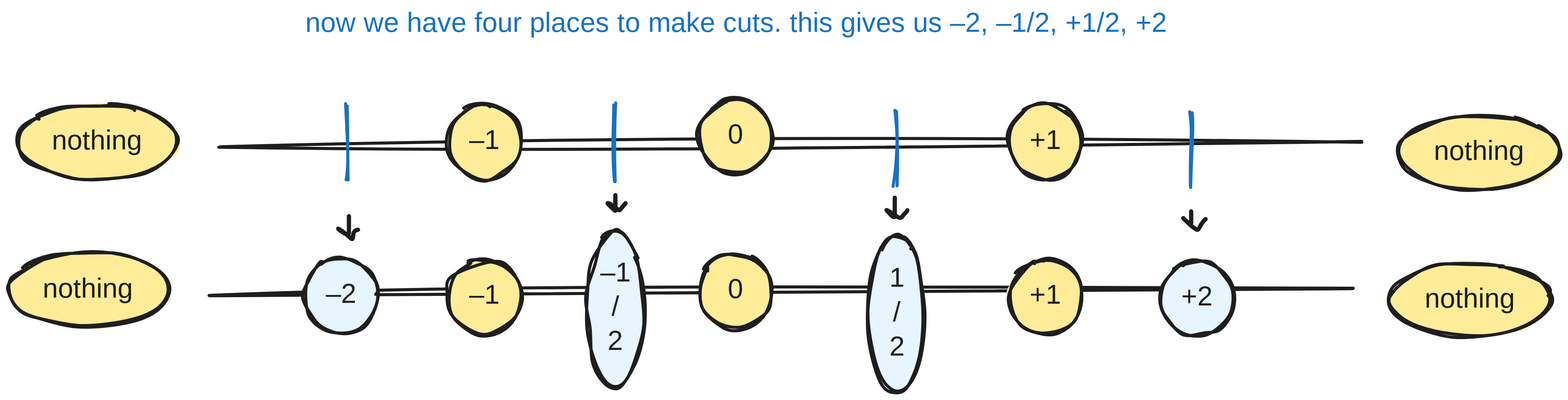
The Excalidraw diagram public/how-i-vibed-a-proof-of-conways-conjecture/step3-full.svg in gaearon/overreacted.io, before a commit. Source tidied: one line per element, renumbered; positions are measured from the earlier drawing's top-left corner, leaving out a move shared by most shapes. The source it was exported from:
```json
{"id": 0, "type": "ellipse", "strokeColor": "#1e1e1e", "backgroundColor": "#ffec99", "fillStyle": "solid", "strokeWidth": 4, "roughness": 2, "x": 12, "y": 127, "width": 212, "height": 98}
{"id": 1, "type": "ellipse", "strokeColor": "#1e1e1e", "backgroundColor": "#ffec99", "fillStyle": "solid", "strokeWidth": 4, "roughness": 2, "x": 0, "y": 321, "width": 212, "height": 98}
{"id": 2, "type": "ellipse", "strokeColor": "#1e1e1e", "backgroundColor": "#ffec99", "fillStyle": "solid", "strokeWidth": 4, "roughness": 2, "x": 1824, "y": 140, "width": 212, "height": 98}
{"id": 3, "type": "ellipse", "strokeColor": "#1e1e1e", "backgroundColor": "#ffec99", "fillStyle": "solid", "strokeWidth": 4, "roughness": 2, "x": 1813, "y": 334, "width": 212, "height": 98}
{"id": 4, "type": "line", "strokeColor": "#1e1e1e", "backgroundColor": "#ffec99", "fillStyle": "cross-hatch", "strokeWidth": 4, "roughness": 2, "x": 277, "y": 184, "width": 1498, "height": 8, "points": [[0, 0], [1498, -8]]}
{"id": 5, "type": "line", "strokeColor": "#1e1e1e", "backgroundColor": "#ffec99", "fillStyle": "cross-hatch", "strokeWidth": 4, "roughness": 2, "x": 265, "y": 378, "width": 1498, "height": 8, "points": [[0, 0], [1498, -8]]}
{"id": 6, "type": "text", "text": "now we have four places to make cuts. this gives us –2, –1/2, +1/2, +2", "strokeColor": "#1971c2", "backgroundColor": "#ffec99", "fillStyle": "cross-hatch", "strokeWidth": 4, "roughness": 2, "fontSize": 36, "fontFamily": 5, "textAlign": "center", "x": 323, "y": 0, "width": 1264, "height": 45}
{"id": 7, "type": "line", "strokeColor": "#1971c2", "backgroundColor": "#ffec99", "fillStyle": "cross-hatch", "strokeWidth": 4, "roughness": 2, "x": 447, "y": 129, "width": 0, "height": 99, "points": [[0, 0], [0, 99]]}
{"id": 8, "type": "line", "strokeColor": "#1971c2", "backgroundColor": "#ffec99", "fillStyle": "cross-hatch", "strokeWidth": 4, "roughness": 2, "x": 1554, "y": 137, "width": 0, "height": 99, "points": [[0, 0], [0, 99]]}
{"id": 9, "type": "line", "strokeColor": "#1971c2", "backgroundColor": "#ffec99", "fillStyle": "cross-hatch", "strokeWidth": 4, "roughness": 2, "x": 1165, "y": 135, "width": 0, "height": 99, "points": [[0, 0], [0, 99]]}
{"id": 10, "type": "line", "strokeColor": "#1971c2", "backgroundColor": "#ffec99", "fillStyle": "cross-hatch", "strokeWidth": 4, "roughness": 2, "x": 794, "y": 129, "width": 0, "height": 99, "points": [[0, 0], [0, 99]]}
{"id": 11, "type": "text", "text": "nothing", "strokeColor": "#1e1e1e", "backgroundColor": "#ffec99", "fillStyle": "cross-hatch", "strokeWidth": 4, "roughness": 2, "fontSize": 36, "fontFamily": 5, "textAlign": "center", "x": 53, "y": 154, "width": 129, "height": 45}
{"id": 12, "type": "text", "text": "nothing", "strokeColor": "#1e1e1e", "backgroundColor": "#ffec99", "fillStyle": "cross-hatch", "strokeWidth": 4, "roughness": 2, "fontSize": 36, "fontFamily": 5, "textAlign": "center", "x": 41, "y": 348, "width": 129, "height": 45}
{"id": 13, "type": "text", "text": "nothing", "strokeColor": "#1e1e1e", "backgroundColor": "#ffec99", "fillStyle": "cross-hatch", "strokeWidth": 4, "roughness": 2, "fontSize": 36, "fontFamily": 5, "textAlign": "center", "x": 1865, "y": 168, "width": 129, "height": 45}
{"id": 14, "type": "text", "text": "nothing", "strokeColor": "#1e1e1e", "backgroundColor": "#ffec99", "fillStyle": "cross-hatch", "strokeWidth": 4, "roughness": 2, "fontSize": 36, "fontFamily": 5, "textAlign": "center", "x": 1854, "y": 362, "width": 129, "height": 45}
{"id": 15, "type": "ellipse", "strokeColor": "#1e1e1e", "backgroundColor": "#ffec99", "fillStyle": "solid", "strokeWidth": 4, "roughness": 2, "x": 906, "y": 120, "width": 96, "height": 98}
{"id": 16, "type": "text", "text": "0", "strokeColor": "#1e1e1e", "backgroundColor": "#ffec99", "fillStyle": "solid", "strokeWidth": 4, "roughness": 2, "fontSize": 36, "fontFamily": 5, "textAlign": "center", "verticalAlign": "middle", "inside": 15, "x": 943, "y": 146, "width": 24, "height": 45}
{"id": 17, "type": "ellipse", "strokeColor": "#1e1e1e", "backgroundColor": "#ffec99", "fillStyle": "solid", "strokeWidth": 4, "roughness": 2, "x": 906, "y": 323, "width": 96, "height": 98}
{"id": 18, "type": "text", "text": "0", "strokeColor": "#1e1e1e", "backgroundColor": "#ffec99", "fillStyle": "solid", "strokeWidth": 4, "roughness": 2, "fontSize": 36, "fontFamily": 5, "textAlign": "center", "verticalAlign": "middle", "inside": 17, "x": 943, "y": 349, "width": 24, "height": 45}
{"id": 19, "type": "ellipse", "strokeColor": "#1e1e1e", "backgroundColor": "#ffec99", "fillStyle": "solid", "strokeWidth": 4, "roughness": 2, "x": 577, "y": 127, "width": 96, "height": 98}
{"id": 20, "type": "text", "text": "–1", "strokeColor": "#1e1e1e", "backgroundColor": "#ffec99", "fillStyle": "solid", "strokeWidth": 4, "roughness": 2, "fontSize": 36, "fontFamily": 5, "textAlign": "center", "verticalAlign": "middle", "inside": 19, "x": 605, "y": 153, "width": 40, "height": 45}
{"id": 21, "type": "ellipse", "strokeColor": "#1e1e1e", "backgroundColor": "#ffec99", "fillStyle": "solid", "strokeWidth": 4, "roughness": 2, "x": 577, "y": 330, "width": 96, "height": 98}
{"id": 22, "type": "text", "text": "–1", "strokeColor": "#1e1e1e", "backgroundColor": "#ffec99", "fillStyle": "solid", "strokeWidth": 4, "roughness": 2, "fontSize": 36, "fontFamily": 5, "textAlign": "center", "verticalAlign": "middle", "inside": 21, "x": 605, "y": 356, "width": 40, "height": 45}
{"id": 23, "type": "ellipse", "strokeColor": "#1e1e1e", "backgroundColor": "#e7f5ff", "fillStyle": "solid", "strokeWidth": 4, "roughness": 2, "x": 760, "y": 292, "width": 73, "height": 205}
{"id": 24, "type": "text", "text": "–1\n/\n2", "strokeColor": "#1e1e1e", "backgroundColor": "#ffec99", "fillStyle": "solid", "strokeWidth": 4, "roughness": 2, "fontSize": 36, "fontFamily": 5, "textAlign": "center", "verticalAlign": "middle", "inside": 23, "x": 777, "y": 327, "width": 40, "height": 135}
{"id": 25, "type": "ellipse", "strokeColor": "#1e1e1e", "backgroundColor": "#e7f5ff", "fillStyle": "solid", "strokeWidth": 4, "roughness": 2, "x": 1130, "y": 299, "width": 73, "height": 205}
{"id": 26, "type": "text", "text": "1\n/\n2", "strokeColor": "#1e1e1e", "backgroundColor": "#ffec99", "fillStyle": "solid", "strokeWidth": 4, "roughness": 2, "fontSize": 36, "fontFamily": 5, "textAlign": "center", "verticalAlign": "middle", "inside": 25, "x": 1154, "y": 334, "width": 25, "height": 135}
{"id": 27, "type": "ellipse", "strokeColor": "#1e1e1e", "backgroundColor": "#e7f5ff", "fillStyle": "solid", "strokeWidth": 4, "roughness": 2, "x": 389, "y": 329, "width": 96, "height": 98}
{"id": 28, "type": "text", "text": "–2", "strokeColor": "#1e1e1e", "backgroundColor": "#ffec99", "fillStyle": "solid", "strokeWidth": 4, "roughness": 2, "fontSize": 36, "fontFamily": 5, "textAlign": "center", "verticalAlign": "middle", "inside": 27, "x": 412, "y": 355, "width": 50, "height": 45}
{"id": 29, "type": "ellipse", "strokeColor": "#1e1e1e", "backgroundColor": "#ffec99", "fillStyle": "solid", "strokeWidth": 4, "roughness": 2, "x": 1313, "y": 127, "width": 96, "height": 98}
{"id": 30, "type": "text", "text": "+1", "strokeColor": "#1e1e1e", "backgroundColor": "#ffec99", "fillStyle": "solid", "strokeWidth": 4, "roughness": 2, "fontSize": 36, "fontFamily": 5, "textAlign": "center", "verticalAlign": "middle", "inside": 29, "x": 1344, "y": 153, "width": 34, "height": 45}
{"id": 31, "type": "ellipse", "strokeColor": "#1e1e1e", "backgroundColor": "#ffec99", "fillStyle": "solid", "strokeWidth": 4, "roughness": 2, "x": 1313, "y": 330, "width": 96, "height": 98}
{"id": 32, "type": "text", "text": "+1", "strokeColor": "#1e1e1e", "backgroundColor": "#ffec99", "fillStyle": "solid", "strokeWidth": 4, "roughness": 2, "fontSize": 36, "fontFamily": 5, "textAlign": "center", "verticalAlign": "middle", "inside": 31, "x": 1344, "y": 356, "width": 34, "height": 45}
{"id": 33, "type": "ellipse", "strokeColor": "#1e1e1e", "backgroundColor": "#e7f5ff", "fillStyle": "solid", "strokeWidth": 4, "roughness": 2, "x": 1511, "y": 332, "width": 96, "height": 98}
{"id": 34, "type": "text", "text": "+2", "strokeColor": "#1e1e1e", "backgroundColor": "#ffec99", "fillStyle": "solid", "strokeWidth": 4, "roughness": 2, "fontSize": 36, "fontFamily": 5, "textAlign": "center", "verticalAlign": "middle", "inside": 33, "x": 1537, "y": 359, "width": 45, "height": 45}
{"id": 35, "type": "freedraw", "strokeColor": "#1e1e1e", "backgroundColor": "#ffec99", "fillStyle": "solid", "strokeWidth": 2, "roughness": 2, "x": 448, "y": 273, "width": 27, "height": 31, "points": [[0, 0], [0, 1], [0, 8], [0, 17], [0, 20], [0, 21], [0, 22], [0, 23], [0, 23], [-1, 24], [-4, 24], [-8, 22], [-12, 19], [-14, 17], [-15, 16], [-15, 16], [-15, 16], [-13, 17], [-10, 19], [-7, 21], [-3, 24], [-1, 26], [1, 28], [3, 30], [5, 31], [5, 31], [5, 31], [6, 28], [6, 24], [6, 22], [7, 20], [8, 18], [9, 18], [10, 18], [11, 18], [12, 18], [13, 18], [13, 18]]}
{"id": 36, "type": "freedraw", "strokeColor": "#1e1e1e", "backgroundColor": "#ffec99", "fillStyle": "solid", "strokeWidth": 2, "roughness": 2, "x": 797, "y": 246, "width": 25, "height": 22, "points": [[0, 0], [0, 0], [0, 3], [0, 8], [0, 13], [0, 19], [0, 21], [0, 21], [0, 22], [-2, 20], [-7, 15], [-11, 11], [-12, 10], [-12, 9], [-10, 9], [-7, 11], [-5, 13], [-2, 14], [0, 16], [1, 17], [2, 18], [4, 19], [5, 20], [6, 20], [6, 20], [7, 19], [9, 16], [11, 13], [12, 12], [13, 11], [13, 11], [14, 11], [14, 10], [14, 10]]}
{"id": 37, "type": "freedraw", "strokeColor": "#1e1e1e", "backgroundColor": "#ffec99", "fillStyle": "solid", "strokeWidth": 2, "roughness": 2, "x": 1164, "y": 249, "width": 29, "height": 27, "points": [[0, 0], [0, 0], [0, 6], [0, 12], [0, 15], [0, 17], [0, 20], [0, 22], [0, 24], [0, 24], [0, 26], [0, 26], [-1, 26], [-4, 25], [-8, 20], [-11, 16], [-12, 15], [-12, 15], [-10, 16], [-6, 19], [-2, 21], [2, 24], [5, 26], [7, 27], [8, 27], [9, 27], [11, 25], [12, 22], [15, 19], [17, 17], [17, 16], [17, 15], [17, 15]]}
{"id": 38, "type": "freedraw", "strokeColor": "#1e1e1e", "backgroundColor": "#ffec99", "fillStyle": "solid", "strokeWidth": 2, "roughness": 2, "x": 1552, "y": 267, "width": 33, "height": 25, "points": [[0, 0], [0, 0], [0, 4], [0, 11], [0, 16], [0, 18], [0, 19], [0, 19], [-3, 17], [-7, 13], [-10, 9], [-12, 8], [-12, 8], [-9, 10], [-5, 14], [-2, 17], [0, 19], [2, 21], [4, 22], [6, 23], [7, 24], [8, 25], [9, 25], [10, 24], [11, 21], [12, 18], [15, 14], [17, 12], [19, 9], [21, 8], [21, 8]]}
```
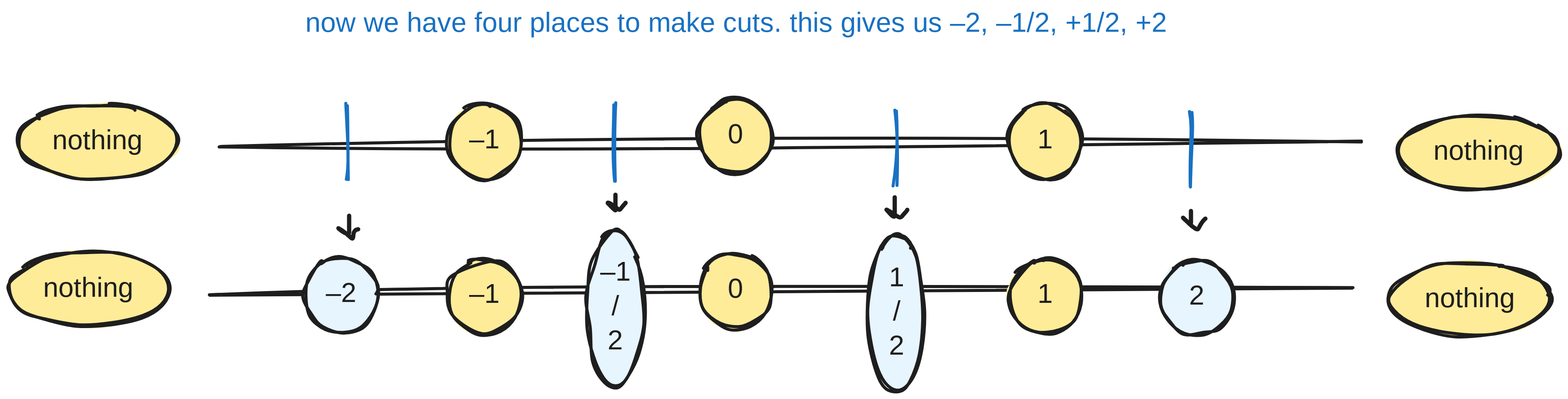
Later version of the same file.

What changed in the source:
```diff
@@ -23,16 +23,16 @@
 {"id": 22, "type": "text", "text": "–1", "strokeColor": "#1e1e1e", "backgroundColor": "#ffec99", "fillStyle": "solid", "strokeWidth": 4, "roughness": 2, "fontSize": 36, "fontFamily": 5, "textAlign": "center", "verticalAlign": "middle", "inside": 21, "x": 605, "y": 356, "width": 40, "height": 45}
 {"id": 23, "type": "ellipse", "strokeColor": "#1e1e1e", "backgroundColor": "#e7f5ff", "fillStyle": "solid", "strokeWidth": 4, "roughness": 2, "x": 760, "y": 292, "width": 73, "height": 205}
 {"id": 24, "type": "text", "text": "–1\n/\n2", "strokeColor": "#1e1e1e", "backgroundColor": "#ffec99", "fillStyle": "solid", "strokeWidth": 4, "roughness": 2, "fontSize": 36, "fontFamily": 5, "textAlign": "center", "verticalAlign": "middle", "inside": 23, "x": 777, "y": 327, "width": 40, "height": 135}
-{"id": 25, "type": "ellipse", "strokeColor": "#1e1e1e", "backgroundColor": "#e7f5ff", "fillStyle": "solid", "strokeWidth": 4, "roughness": 2, "x": 1130, "y": 299, "width": 73, "height": 205}
+{"id": 25, "type": "ellipse", "strokeColor": "#1e1e1e", "backgroundColor": "#e7f5ff", "fillStyle": "solid", "strokeWidth": 4, "roughness": 2, "x": 1129, "y": 299, "width": 73, "height": 205}
-{"id": 26, "type": "text", "text": "1\n/\n2", "strokeColor": "#1e1e1e", "backgroundColor": "#ffec99", "fillStyle": "solid", "strokeWidth": 4, "roughness": 2, "fontSize": 36, "fontFamily": 5, "textAlign": "center", "verticalAlign": "middle", "inside": 25, "x": 1154, "y": 334, "width": 25, "height": 135}
+{"id": 26, "type": "text", "text": "1\n/\n2", "strokeColor": "#1e1e1e", "backgroundColor": "#ffec99", "fillStyle": "solid", "strokeWidth": 4, "roughness": 2, "fontSize": 36, "fontFamily": 5, "textAlign": "center", "verticalAlign": "middle", "inside": 25, "x": 1153, "y": 334, "width": 25, "height": 135}
 {"id": 27, "type": "ellipse", "strokeColor": "#1e1e1e", "backgroundColor": "#e7f5ff", "fillStyle": "solid", "strokeWidth": 4, "roughness": 2, "x": 389, "y": 329, "width": 96, "height": 98}
 {"id": 28, "type": "text", "text": "–2", "strokeColor": "#1e1e1e", "backgroundColor": "#ffec99", "fillStyle": "solid", "strokeWidth": 4, "roughness": 2, "fontSize": 36, "fontFamily": 5, "textAlign": "center", "verticalAlign": "middle", "inside": 27, "x": 412, "y": 355, "width": 50, "height": 45}
 {"id": 29, "type": "ellipse", "strokeColor": "#1e1e1e", "backgroundColor": "#ffec99", "fillStyle": "solid", "strokeWidth": 4, "roughness": 2, "x": 1313, "y": 127, "width": 96, "height": 98}
-{"id": 30, "type": "text", "text": "+1", "strokeColor": "#1e1e1e", "backgroundColor": "#ffec99", "fillStyle": "solid", "strokeWidth": 4, "roughness": 2, "fontSize": 36, "fontFamily": 5, "textAlign": "center", "verticalAlign": "middle", "inside": 29, "x": 1344, "y": 153, "width": 34, "height": 45}
+{"id": 30, "type": "text", "text": "1", "strokeColor": "#1e1e1e", "backgroundColor": "#ffec99", "fillStyle": "solid", "strokeWidth": 4, "roughness": 2, "fontSize": 36, "fontFamily": 5, "textAlign": "center", "verticalAlign": "middle", "inside": 29, "x": 1353, "y": 153, "width": 15, "height": 45}
 {"id": 31, "type": "ellipse", "strokeColor": "#1e1e1e", "backgroundColor": "#ffec99", "fillStyle": "solid", "strokeWidth": 4, "roughness": 2, "x": 1313, "y": 330, "width": 96, "height": 98}
-{"id": 32, "type": "text", "text": "+1", "strokeColor": "#1e1e1e", "backgroundColor": "#ffec99", "fillStyle": "solid", "strokeWidth": 4, "roughness": 2, "fontSize": 36, "fontFamily": 5, "textAlign": "center", "verticalAlign": "middle", "inside": 31, "x": 1344, "y": 356, "width": 34, "height": 45}
+{"id": 32, "type": "text", "text": "1", "strokeColor": "#1e1e1e", "backgroundColor": "#ffec99", "fillStyle": "solid", "strokeWidth": 4, "roughness": 2, "fontSize": 36, "fontFamily": 5, "textAlign": "center", "verticalAlign": "middle", "inside": 31, "x": 1353, "y": 356, "width": 15, "height": 45}
 {"id": 33, "type": "ellipse", "strokeColor": "#1e1e1e", "backgroundColor": "#e7f5ff", "fillStyle": "solid", "strokeWidth": 4, "roughness": 2, "x": 1511, "y": 332, "width": 96, "height": 98}
-{"id": 34, "type": "text", "text": "+2", "strokeColor": "#1e1e1e", "backgroundColor": "#ffec99", "fillStyle": "solid", "strokeWidth": 4, "roughness": 2, "fontSize": 36, "fontFamily": 5, "textAlign": "center", "verticalAlign": "middle", "inside": 33, "x": 1537, "y": 359, "width": 45, "height": 45}
+{"id": 34, "type": "text", "text": "2", "strokeColor": "#1e1e1e", "backgroundColor": "#ffec99", "fillStyle": "solid", "strokeWidth": 4, "roughness": 2, "fontSize": 36, "fontFamily": 5, "textAlign": "center", "verticalAlign": "middle", "inside": 33, "x": 1547, "y": 359, "width": 25, "height": 45}
 {"id": 35, "type": "freedraw", "strokeColor": "#1e1e1e", "backgroundColor": "#ffec99", "fillStyle": "solid", "strokeWidth": 2, "roughness": 2, "x": 448, "y": 273, "width": 27, "height": 31, "points": [[0, 0], [0, 1], [0, 8], [0, 17], [0, 20], [0, 21], [0, 22], [0, 23], [0, 23], [-1, 24], [-4, 24], [-8, 22], [-12, 19], [-14, 17], [-15, 16], [-15, 16], [-15, 16], [-13, 17], [-10, 19], [-7, 21], [-3, 24], [-1, 26], [1, 28], [3, 30], [5, 31], [5, 31], [5, 31], [6, 28], [6, 24], [6, 22], [7, 20], [8, 18], [9, 18], [10, 18], [11, 18], [12, 18], [13, 18], [13, 18]]}
 {"id": 36, "type": "freedraw", "strokeColor": "#1e1e1e", "backgroundColor": "#ffec99", "fillStyle": "solid", "strokeWidth": 2, "roughness": 2, "x": 797, "y": 246, "width": 25, "height": 22, "points": [[0, 0], [0, 0], [0, 3], [0, 8], [0, 13], [0, 19], [0, 21], [0, 21], [0, 22], [-2, 20], [-7, 15], [-11, 11], [-12, 10], [-12, 9], [-10, 9], [-7, 11], [-5, 13], [-2, 14], [0, 16], [1, 17], [2, 18], [4, 19], [5, 20], [6, 20], [6, 20], [7, 19], [9, 16], [11, 13], [12, 12], [13, 11], [13, 11], [14, 11], [14, 10], [14, 10]]}
 {"id": 37, "type": "freedraw", "strokeColor": "#1e1e1e", "backgroundColor": "#ffec99", "fillStyle": "solid", "strokeWidth": 2, "roughness": 2, "x": 1164, "y": 249, "width": 29, "height": 27, "points": [[0, 0], [0, 0], [0, 6], [0, 12], [0, 15], [0, 17], [0, 20], [0, 22], [0, 24], [0, 24], [0, 26], [0, 26], [-1, 26], [-4, 25], [-8, 20], [-11, 16], [-12, 15], [-12, 15], [-10, 16], [-6, 19], [-2, 21], [2, 24], [5, 26], [7, 27], [8, 27], [9, 27], [11, 25], [12, 22], [15, 19], [17, 17], [17, 16], [17, 15], [17, 15]]}
```
